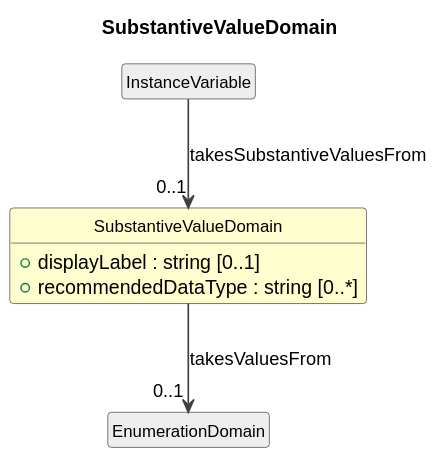
Earlier version of the PlantUML export cdif-uml-model/_plantuml/cdifDataDescription/Classes/SubstantiveValueDomain.svg (Cross-Domain-Interoperability-Framework/metadataBuildingBlocks).
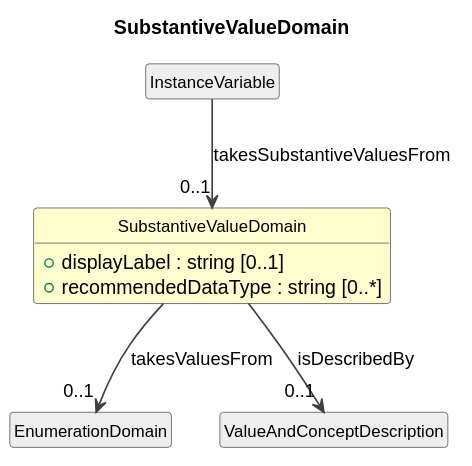
Later version of the same file.

Change to the diagram source:
```diff
@@ -18,4 +18,6 @@
 InstanceVariable --> "0..1" SubstantiveValueDomain : takesSubstantiveValuesFrom
 class "EnumerationDomain" as EnumerationDomain #EEEEEE
 SubstantiveValueDomain --> "0..1" EnumerationDomain : takesValuesFrom
+class "ValueAndConceptDescription" as ValueAndConceptDescription #EEEEEE
+SubstantiveValueDomain --> "0..1" ValueAndConceptDescription : isDescribedBy
 @enduml
```
